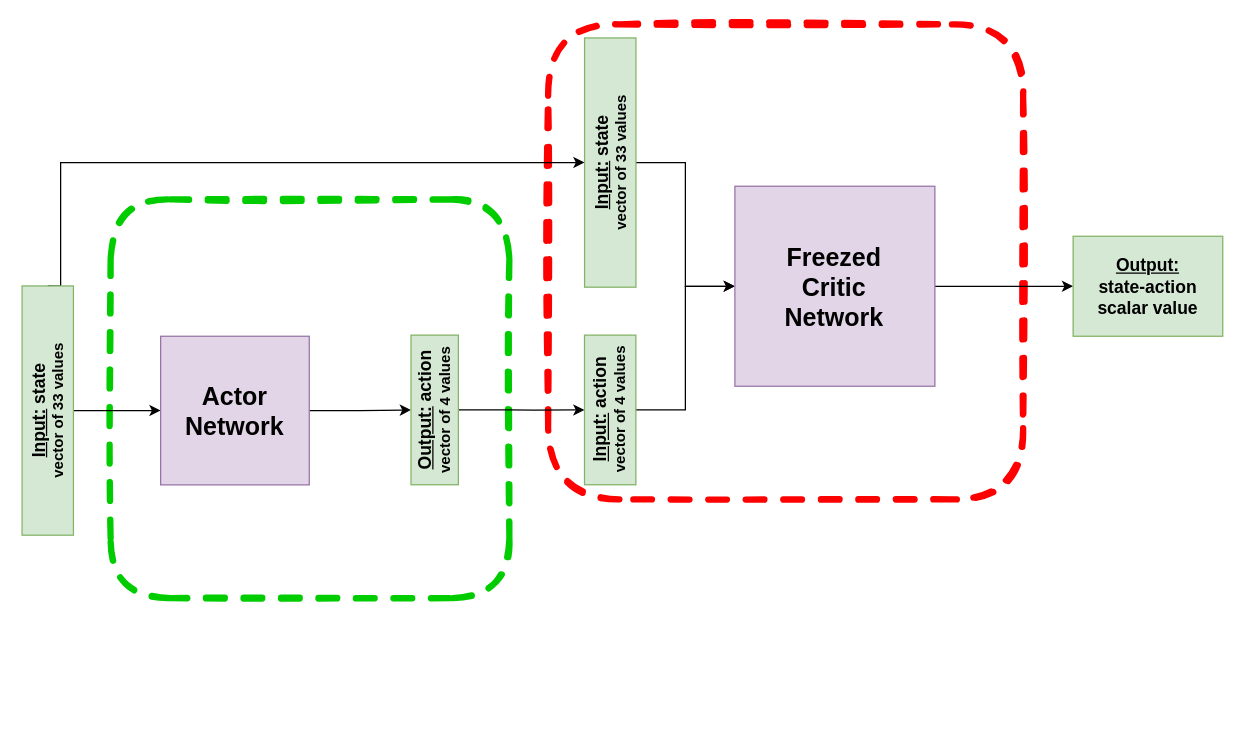
Before: training_Actor.drawio in drormeir/ReacherRL, a draw.io diagram. Source tidied: cells renumbered, new cells numbered last; positions are measured from the earlier drawing's top-left corner, leaving out a move shared by most shapes. Both pictures are drawn from the tidied source at 125%, with x=0, y=0 at pixel (-78, 24).
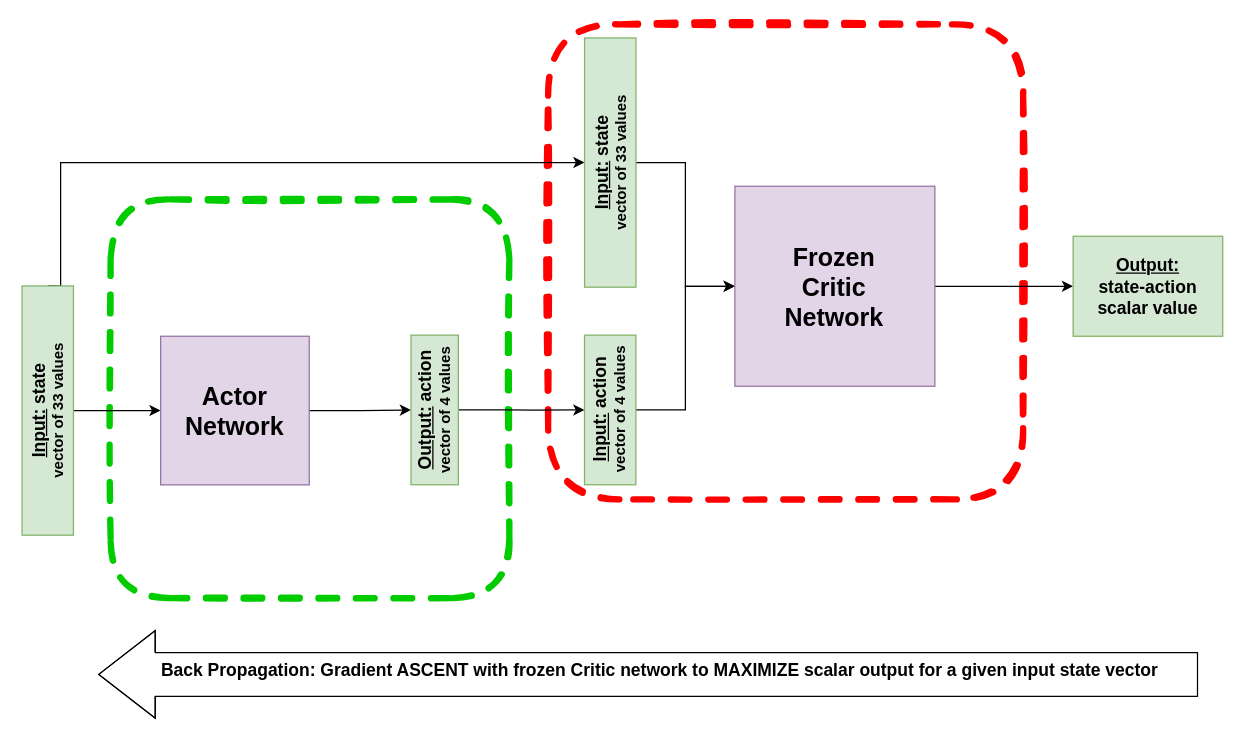
After the change.

Commit message (it also covers changes not shown here):
update training actor drawings

The edit, as a diff of the source:
```diff
@@
-    <mxCell id="16" value="&lt;b&gt;Freezed&lt;br&gt;Critic&lt;br&gt;Network&lt;/b&gt;" style="whiteSpace=wrap;html=1;fontSize=20;fillColor=#e1d5e7;strokeColor=#9673a6;" parent="1" vertex="1">
+    <mxCell id="16" value="&lt;b&gt;Frozen&lt;br&gt;Critic&lt;br&gt;Network&lt;/b&gt;" style="whiteSpace=wrap;html=1;fontSize=20;fillColor=#e1d5e7;strokeColor=#9673a6;" parent="1" vertex="1">
       <mxGeometry x="649.4" y="129.5" width="160" height="160" as="geometry" />
     </mxCell>
@@
+    <mxCell id="18" value="&lt;b&gt;&lt;br&gt;&lt;br&gt;&lt;span style=&quot;color: rgb(0 , 0 , 0) ; font-family: &amp;#34;helvetica&amp;#34; ; font-size: 14px ; font-style: normal ; letter-spacing: normal ; text-align: center ; text-indent: 0px ; text-transform: none ; word-spacing: 0px ; display: inline ; float: none&quot;&gt;Back Propagation: Gradient ASCENT with frozen Critic network to MAXIMIZE scalar output for a given input state vector&lt;/span&gt;&lt;/b&gt;" style="shape=flexArrow;endArrow=classic;html=1;width=35;endSize=14.73;endWidth=34;fontSize=14;labelBackgroundColor=none;horizontal=1;" parent="1" edge="1">
+      <mxGeometry x="-0.02" y="-20" relative="1" as="geometry">
+        <mxPoint x="1020" y="520" as="sourcePoint" />
+        <mxPoint x="140" y="520" as="targetPoint" />
+        <Array as="points">
+          <mxPoint x="590" y="520" />
+        </Array>
+      </mxGeometry>
+    </mxCell>
```
